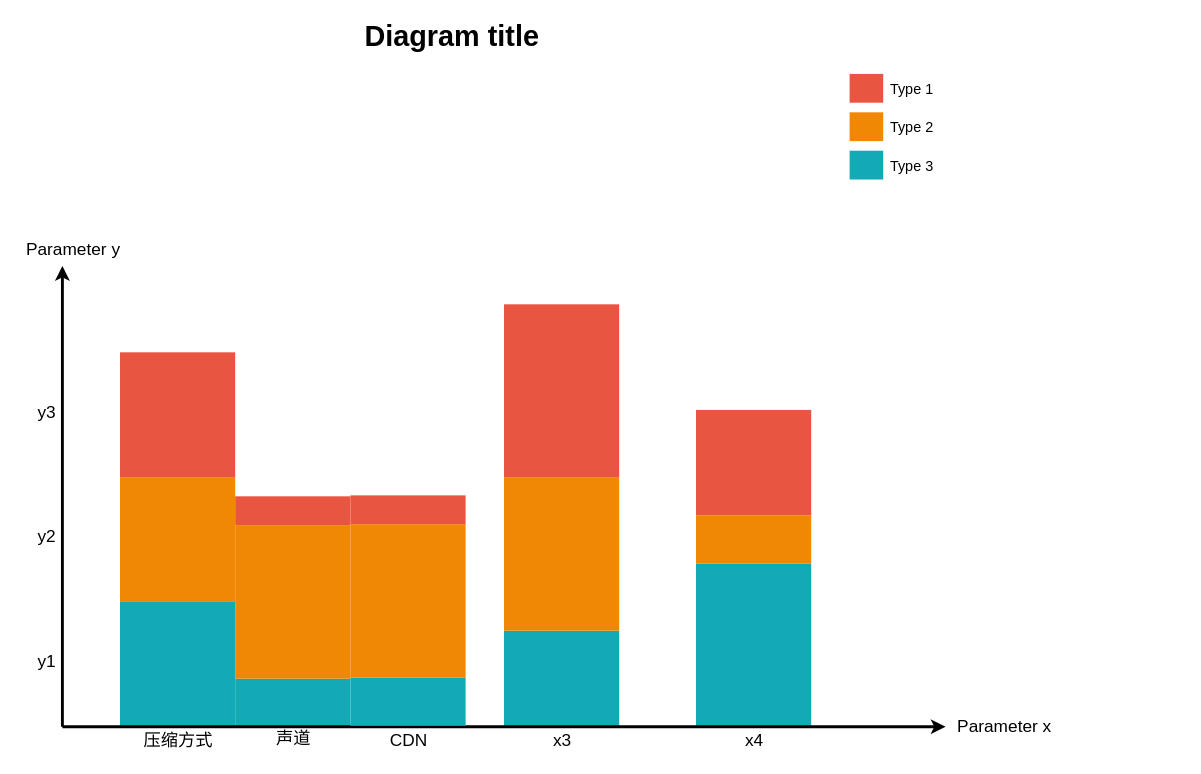
Before: 未命名绘图.drawio in gaochenxi/23_jinsheng, a draw.io diagram. Source tidied: cells renumbered, new cells numbered last; positions are measured from the earlier drawing's top-left corner, leaving out a move shared by most shapes. Both pictures are drawn from the tidied source at 96%, with x=0, y=0 at pixel (24, 15).
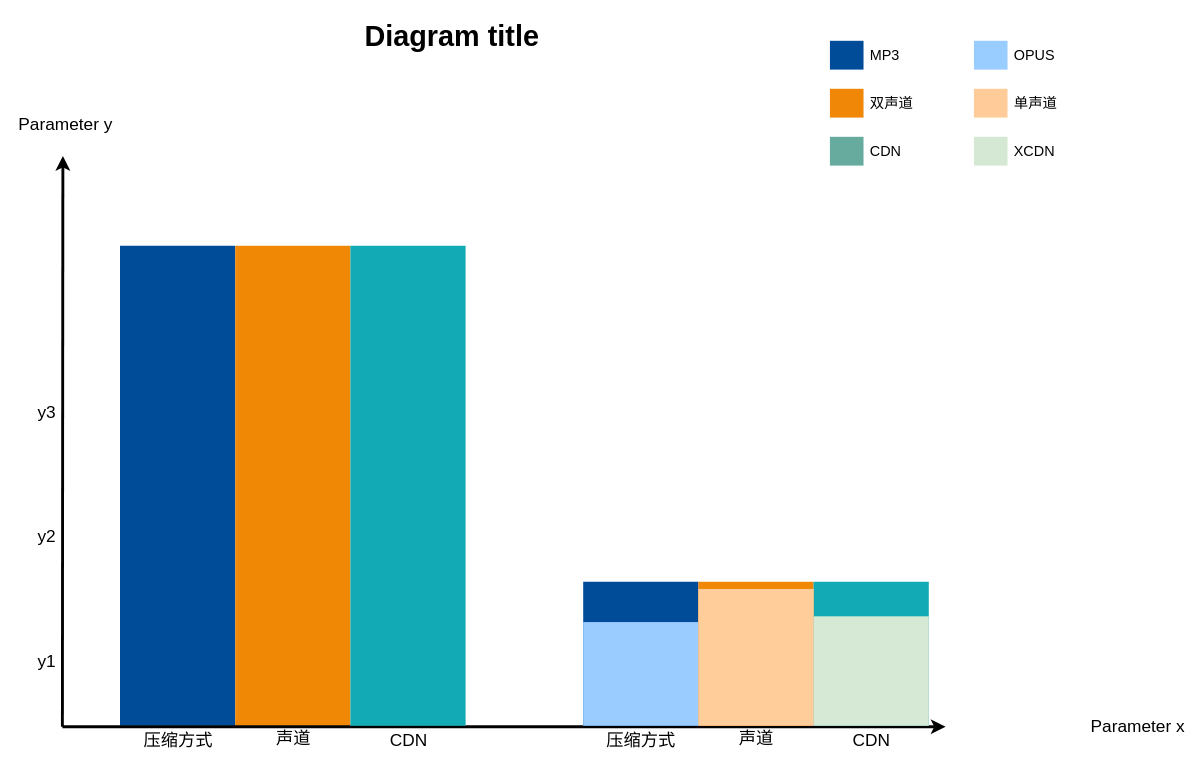
The same page after the edit.

The edit, as a diff of the source:
```diff
@@
-    <mxCell id="2" style="whiteSpace=wrap;fillColor=#12AAB5;gradientColor=none;gradientDirection=east;strokeColor=none;html=1;fontColor=#23445d;arcSize=12;imageHeight=24;imageAspect=1;" parent="1" vertex="1">
-      <mxGeometry x="99.5" y="610.5" width="120" height="130" as="geometry" />
-    </mxCell>
-    <mxCell id="3" style="whiteSpace=wrap;fillColor=#12AAB5;gradientColor=none;gradientDirection=east;strokeColor=none;html=1;fontColor=#23445d;" parent="1" vertex="1">
-      <mxGeometry x="219.5" y="690.5" width="120" height="50" as="geometry" />
-    </mxCell>
-    <mxCell id="4" style="whiteSpace=wrap;fillColor=#12AAB5;gradientColor=none;gradientDirection=east;strokeColor=none;html=1;fontColor=#23445d;" parent="1" vertex="1">
-      <mxGeometry x="499.5" y="640.5" width="120" height="100" as="geometry" />
-    </mxCell>
-    <mxCell id="5" style="whiteSpace=wrap;fillColor=#12AAB5;gradientColor=none;gradientDirection=east;strokeColor=none;html=1;fontColor=#23445d;" parent="1" vertex="1">
-      <mxGeometry x="699.5" y="570.5" width="120" height="170" as="geometry" />
-    </mxCell>
     <mxCell id="6" style="edgeStyle=none;html=1;fontColor=#000000;strokeWidth=3;strokeColor=#000000;" parent="1" edge="1">
       <mxGeometry relative="1" as="geometry">
         <mxPoint x="39.5" y="740.5" as="sourcePoint" />
-        <mxPoint x="39.5" y="260.5" as="targetPoint" />
+        <mxPoint x="40" y="146" as="targetPoint" />
       </mxGeometry>
     </mxCell>
-    <mxCell id="7" style="whiteSpace=wrap;fillColor=#F08705;gradientColor=none;gradientDirection=east;strokeColor=none;html=1;fontColor=#23445d;" parent="1" vertex="1">
-      <mxGeometry x="99.5" y="480.5" width="120" height="130" as="geometry" />
-    </mxCell>
-    <mxCell id="8" style="whiteSpace=wrap;fillColor=#E85642;gradientColor=none;gradientDirection=east;strokeColor=none;html=1;fontColor=#23445d;" parent="1" vertex="1">
-      <mxGeometry x="99.5" y="350.5" width="120" height="130" as="geometry" />
+    <mxCell id="8" style="whiteSpace=wrap;fillColor=#004c99;gradientColor=none;gradientDirection=east;strokeColor=none;html=1;fontColor=#23445d;rotation=0;" parent="1" vertex="1">
+      <mxGeometry x="99.5" y="239.5" width="120" height="500" as="geometry" />
     </mxCell>
-    <mxCell id="9" style="whiteSpace=wrap;fillColor=#F08705;gradientColor=none;gradientDirection=east;strokeColor=none;html=1;fontColor=#23445d;" parent="1" vertex="1">
-      <mxGeometry x="219.5" y="530.5" width="120" height="160" as="geometry" />
+    <mxCell id="9" style="whiteSpace=wrap;fillColor=#F08705;gradientColor=none;gradientDirection=east;strokeColor=none;html=1;fontColor=#23445d;rotation=0;" parent="1" vertex="1">
+      <mxGeometry x="219.5" y="239.5" width="120" height="500" as="geometry" />
     </mxCell>
-    <mxCell id="10" style="whiteSpace=wrap;fillColor=#E85642;gradientColor=none;gradientDirection=east;strokeColor=none;html=1;fontColor=#23445d;" parent="1" vertex="1">
-      <mxGeometry x="219.5" y="500.5" width="120" height="30" as="geometry" />
-    </mxCell>
-    <mxCell id="11" style="whiteSpace=wrap;fillColor=#F08705;gradientColor=none;gradientDirection=east;strokeColor=none;html=1;fontColor=#23445d;" parent="1" vertex="1">
-      <mxGeometry x="499.5" y="480.5" width="120" height="160" as="geometry" />
-    </mxCell>
-    <mxCell id="12" style="whiteSpace=wrap;fillColor=#E85642;gradientColor=none;gradientDirection=east;strokeColor=none;html=1;fontColor=#23445d;rounded=0;glass=0;shadow=0;" parent="1" vertex="1">
-      <mxGeometry x="499.5" y="300.5" width="120" height="180" as="geometry" />
-    </mxCell>
@@
     <mxCell id="14" value="Parameter x" style="text;spacingTop=-5;html=1;fontSize=18;fontStyle=0;strokeColor=none;" parent="1" vertex="1">
-      <mxGeometry x="969.5" y="728.5" width="80" height="20" as="geometry" />
+      <mxGeometry x="1109" y="728.5" width="80" height="20" as="geometry" />
     </mxCell>
@@
-    <mxCell id="17" value="x3" style="text;spacingTop=-5;align=center;verticalAlign=middle;fontStyle=0;html=1;fontSize=18;strokeColor=none;" parent="1" vertex="1">
-      <mxGeometry x="499.5" y="742.5" width="120" height="30" as="geometry" />
-    </mxCell>
-    <mxCell id="18" style="whiteSpace=wrap;fillColor=#12AAB5;gradientColor=none;gradientDirection=east;strokeColor=none;html=1;fontColor=#23445d;" parent="1" vertex="1">
-      <mxGeometry x="859.5" y="140.5" width="35" height="30" as="geometry" />
-    </mxCell>
-    <mxCell id="19" style="whiteSpace=wrap;fillColor=#F08705;gradientColor=none;gradientDirection=east;strokeColor=none;html=1;fontColor=#23445d;" parent="1" vertex="1">
-      <mxGeometry x="859.5" y="100.5" width="35" height="30" as="geometry" />
-    </mxCell>
-    <mxCell id="20" style="whiteSpace=wrap;fillColor=#E85642;gradientColor=none;gradientDirection=east;strokeColor=none;html=1;fontColor=#23445d;" parent="1" vertex="1">
-      <mxGeometry x="859.5" y="60.5" width="35" height="30" as="geometry" />
-    </mxCell>
-    <mxCell id="21" value="Type 1" style="text;spacingTop=-5;html=1;fontSize=15;" parent="1" vertex="1">
-      <mxGeometry x="899.5" y="65.5" width="80" height="20" as="geometry" />
-    </mxCell>
-    <mxCell id="22" value="Type 2" style="text;spacingTop=-5;html=1;fontSize=15;" parent="1" vertex="1">
-      <mxGeometry x="899.5" y="105.5" width="80" height="20" as="geometry" />
-    </mxCell>
-    <mxCell id="23" value="Type 3" style="text;spacingTop=-5;html=1;fontSize=15;" parent="1" vertex="1">
-      <mxGeometry x="899.5" y="145.5" width="80" height="20" as="geometry" />
-    </mxCell>
     <mxCell id="24" value="Parameter y" style="text;spacingTop=-5;html=1;fontSize=18;fontStyle=0;" parent="1" vertex="1">
-      <mxGeometry x="-0.5" y="231.5" width="80" height="20" as="geometry" />
+      <mxGeometry x="-8" y="100.5" width="80" height="20" as="geometry" />
     </mxCell>
@@
-    <mxCell id="29" style="whiteSpace=wrap;fillColor=#F08705;gradientColor=none;gradientDirection=east;strokeColor=none;html=1;fontColor=#23445d;" parent="1" vertex="1">
-      <mxGeometry x="699.5" y="520.5" width="120" height="50" as="geometry" />
-    </mxCell>
-    <mxCell id="30" style="whiteSpace=wrap;fillColor=#E85642;gradientColor=none;gradientDirection=east;strokeColor=none;html=1;fontColor=#23445d;arcSize=12;absoluteArcSize=0;" parent="1" vertex="1">
-      <mxGeometry x="699.5" y="410.5" width="120" height="110" as="geometry" />
-    </mxCell>
-    <mxCell id="31" value="x4" style="text;spacingTop=-5;align=center;verticalAlign=middle;fontStyle=0;html=1;fontSize=18;strokeColor=none;" parent="1" vertex="1">
-      <mxGeometry x="699.5" y="742.5" width="120" height="30" as="geometry" />
-    </mxCell>
-    <mxCell id="32" style="whiteSpace=wrap;fillColor=#12AAB5;gradientColor=none;gradientDirection=east;strokeColor=none;html=1;fontColor=#23445d;" parent="1" vertex="1">
-      <mxGeometry x="339.5" y="689.5" width="120" height="50" as="geometry" />
+    <mxCell id="32" style="whiteSpace=wrap;fillColor=#12AAB5;gradientColor=none;gradientDirection=east;strokeColor=none;html=1;fontColor=#23445d;rotation=0;" parent="1" vertex="1">
+      <mxGeometry x="339.5" y="239.5" width="120" height="500" as="geometry" />
     </mxCell>
-    <mxCell id="33" style="whiteSpace=wrap;fillColor=#F08705;gradientColor=none;gradientDirection=east;strokeColor=none;html=1;fontColor=#23445d;" parent="1" vertex="1">
-      <mxGeometry x="339.5" y="529.5" width="120" height="160" as="geometry" />
-    </mxCell>
-    <mxCell id="34" style="whiteSpace=wrap;fillColor=#E85642;gradientColor=none;gradientDirection=east;strokeColor=none;html=1;fontColor=#23445d;" parent="1" vertex="1">
-      <mxGeometry x="339.5" y="499.5" width="120" height="30" as="geometry" />
-    </mxCell>
@@
+    <mxCell id="36" style="group;" parent="1" vertex="1">
+      <mxGeometry x="989" y="26" width="120" height="30" as="geometry" />
+    </mxCell>
+    <mxCell id="20" style="whiteSpace=wrap;fillColor=#99CCFF;gradientColor=none;gradientDirection=east;strokeColor=none;html=1;fontColor=#23445d;" parent="36" vertex="1">
+      <mxGeometry width="35" height="30" as="geometry" />
+    </mxCell>
+    <mxCell id="21" value="OPUS" style="text;spacingTop=-5;html=1;fontSize=15;" parent="36" vertex="1">
+      <mxGeometry x="40" y="5" width="80" height="20" as="geometry" />
+    </mxCell>
+    <mxCell id="37" style="group;" parent="1" vertex="1">
+      <mxGeometry x="839" y="26" width="120" height="30" as="geometry" />
+    </mxCell>
+    <mxCell id="38" style="whiteSpace=wrap;fillColor=#004C99;gradientColor=none;gradientDirection=east;strokeColor=none;html=1;fontColor=#23445d;" parent="37" vertex="1">
+      <mxGeometry width="35" height="30" as="geometry" />
+    </mxCell>
+    <mxCell id="39" value="MP3" style="text;spacingTop=-5;html=1;fontSize=15;" parent="37" vertex="1">
+      <mxGeometry x="40" y="5" width="80" height="20" as="geometry" />
+    </mxCell>
+    <mxCell id="40" style="group;" parent="1" vertex="1">
+      <mxGeometry x="839" y="76" width="120" height="30" as="geometry" />
+    </mxCell>
+    <mxCell id="41" style="whiteSpace=wrap;fillColor=#f08706;gradientColor=none;gradientDirection=east;strokeColor=none;html=1;fontColor=#23445d;" parent="40" vertex="1">
+      <mxGeometry width="35" height="30" as="geometry" />
+    </mxCell>
+    <mxCell id="42" value="双声道" style="text;spacingTop=-5;html=1;fontSize=15;" parent="40" vertex="1">
+      <mxGeometry x="40" y="5" width="80" height="20" as="geometry" />
+    </mxCell>
+    <mxCell id="43" style="group;" parent="1" vertex="1">
+      <mxGeometry x="989" y="76" width="120" height="30" as="geometry" />
+    </mxCell>
+    <mxCell id="44" style="whiteSpace=wrap;fillColor=#FFCC99;gradientColor=none;gradientDirection=east;strokeColor=none;html=1;fontColor=#23445d;" parent="43" vertex="1">
+      <mxGeometry width="35" height="30" as="geometry" />
+    </mxCell>
+    <mxCell id="45" value="单声道" style="text;spacingTop=-5;html=1;fontSize=15;" parent="43" vertex="1">
+      <mxGeometry x="40" y="5" width="80" height="20" as="geometry" />
+    </mxCell>
+    <mxCell id="46" style="group;" parent="1" vertex="1">
+      <mxGeometry x="839" y="126" width="120" height="30" as="geometry" />
+    </mxCell>
+    <mxCell id="47" style="whiteSpace=wrap;fillColor=#67AB9F;gradientColor=none;gradientDirection=east;strokeColor=none;html=1;fontColor=#23445d;" parent="46" vertex="1">
+      <mxGeometry width="35" height="30" as="geometry" />
+    </mxCell>
+    <mxCell id="48" value="CDN" style="text;spacingTop=-5;html=1;fontSize=15;" parent="46" vertex="1">
+      <mxGeometry x="40" y="5" width="80" height="25" as="geometry" />
+    </mxCell>
+    <mxCell id="49" style="group;" parent="1" vertex="1">
+      <mxGeometry x="989" y="126" width="120" height="30" as="geometry" />
+    </mxCell>
+    <mxCell id="50" style="whiteSpace=wrap;fillColor=#D5E8D4;gradientColor=none;gradientDirection=east;strokeColor=none;html=1;fontColor=#23445d;" parent="49" vertex="1">
+      <mxGeometry width="35" height="30" as="geometry" />
+    </mxCell>
+    <mxCell id="51" value="XCDN" style="text;spacingTop=-5;html=1;fontSize=15;" parent="49" vertex="1">
+      <mxGeometry x="40" y="5" width="80" height="25" as="geometry" />
+    </mxCell>
+    <mxCell id="52" style="whiteSpace=wrap;fillColor=#004c99;gradientColor=none;gradientDirection=east;strokeColor=none;html=1;fontColor=#23445d;rotation=0;" parent="1" vertex="1">
+      <mxGeometry x="582" y="589.5" width="120" height="150" as="geometry" />
+    </mxCell>
+    <mxCell id="53" style="whiteSpace=wrap;fillColor=#F08705;gradientColor=none;gradientDirection=east;strokeColor=none;html=1;fontColor=#23445d;rotation=0;" parent="1" vertex="1">
+      <mxGeometry x="702" y="589.5" width="120" height="150" as="geometry" />
+    </mxCell>
+    <mxCell id="54" value="压缩方式" style="text;spacingTop=-5;align=center;verticalAlign=middle;fontStyle=0;html=1;fontSize=18;strokeColor=none;" parent="1" vertex="1">
+      <mxGeometry x="582" y="742.5" width="120" height="30" as="geometry" />
+    </mxCell>
+    <mxCell id="55" value="声道" style="text;spacingTop=-5;align=center;verticalAlign=middle;fontStyle=0;html=1;fontSize=18;strokeColor=none;" parent="1" vertex="1">
+      <mxGeometry x="702" y="740.5" width="120" height="30" as="geometry" />
+    </mxCell>
+    <mxCell id="56" style="whiteSpace=wrap;fillColor=#12AAB5;gradientColor=none;gradientDirection=east;strokeColor=none;html=1;fontColor=#23445d;rotation=0;" parent="1" vertex="1">
+      <mxGeometry x="822" y="589.5" width="120" height="150" as="geometry" />
+    </mxCell>
+    <mxCell id="57" value="CDN" style="text;spacingTop=-5;align=center;verticalAlign=middle;fontStyle=0;html=1;fontSize=18;strokeColor=none;" parent="1" vertex="1">
+      <mxGeometry x="822" y="742.5" width="120" height="30" as="geometry" />
+    </mxCell>
+    <mxCell id="58" style="whiteSpace=wrap;fillColor=#9accff;gradientColor=none;gradientDirection=east;strokeColor=none;html=1;fontColor=#23445d;rotation=0;" parent="1" vertex="1">
+      <mxGeometry x="582" y="631.5" width="120" height="108" as="geometry" />
+    </mxCell>
+    <mxCell id="59" style="whiteSpace=wrap;fillColor=#ffcd9a;gradientColor=none;gradientDirection=east;strokeColor=none;html=1;fontColor=#23445d;rotation=0;" parent="1" vertex="1">
+      <mxGeometry x="702" y="597" width="120" height="142.5" as="geometry" />
+    </mxCell>
+    <mxCell id="60" style="whiteSpace=wrap;fillColor=#d5e9d4;gradientColor=none;gradientDirection=east;strokeColor=none;html=1;fontColor=#23445d;rotation=0;" parent="1" vertex="1">
+      <mxGeometry x="822" y="625.5" width="120" height="114" as="geometry" />
+    </mxCell>
```
